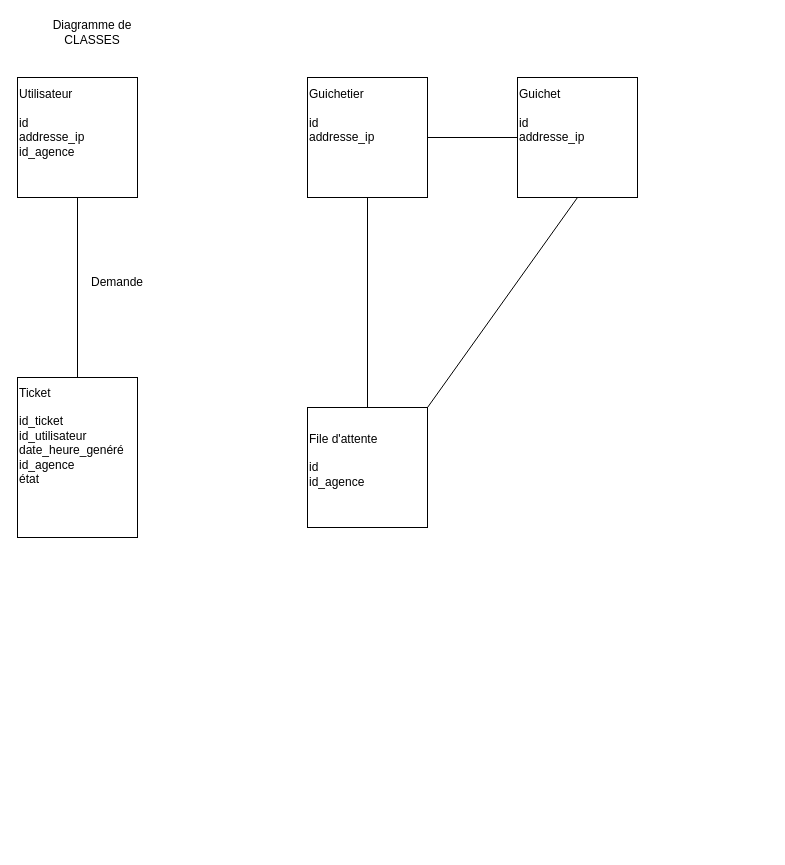
This is page "Class" (3 of 7) of diagrams/Diagramme.drawio from rryyyymmmmmmmm/e-tickets_takaoudi, a draw.io file, before an edit. Source tidied: cells renumbered, new cells numbered last; positions are measured from the earlier drawing's top-left corner, leaving out a move shared by most shapes. Both pictures are drawn from the tidied source at 100%, with x=0, y=0 at pixel (17, 17).
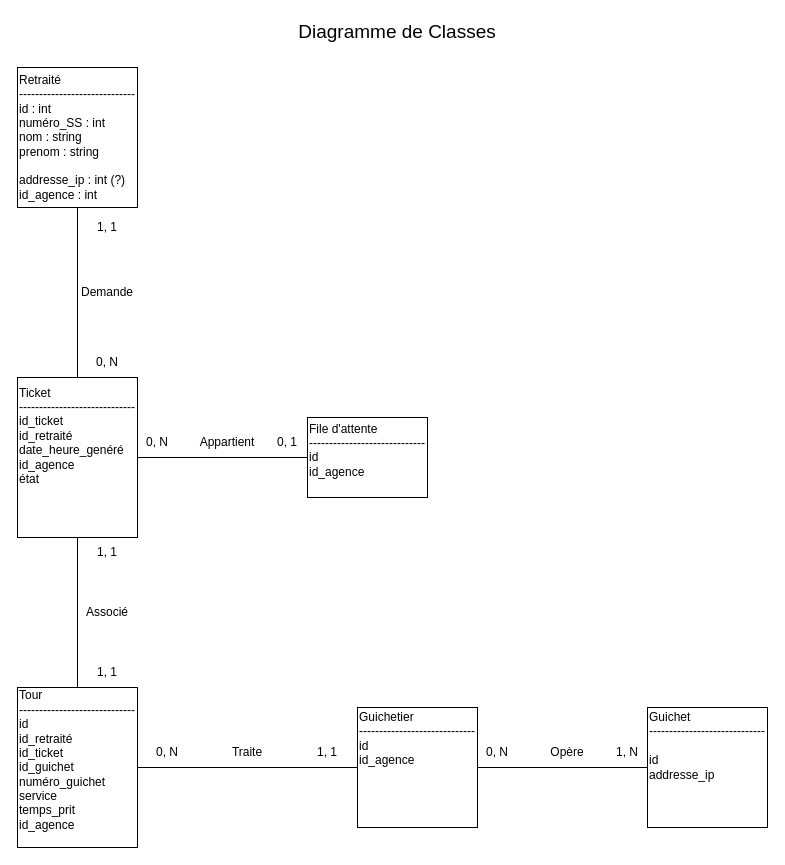
After the change.

Diff of the diagram source:
```diff
@@
-    <mxCell id="2" value="Diagramme de CLASSES" style="text;html=1;whiteSpace=wrap;strokeColor=none;fillColor=none;align=center;verticalAlign=middle;rounded=0;" parent="1" vertex="1">
-      <mxGeometry x="10" width="130" height="30" as="geometry" />
+    <mxCell id="2" value="Diagramme de Classes" style="text;html=1;whiteSpace=wrap;strokeColor=none;fillColor=none;align=center;verticalAlign=middle;rounded=0;fontSize=19;" parent="1" vertex="1">
+      <mxGeometry x="230" width="300" height="30" as="geometry" />
     </mxCell>
-    <mxCell id="3" value="Utilisateur&lt;div&gt;&lt;br&gt;&lt;/div&gt;&lt;div&gt;id&lt;/div&gt;&lt;div&gt;addresse_ip&lt;/div&gt;&lt;div&gt;id_agence&lt;/div&gt;&lt;div&gt;&lt;div&gt;&lt;br&gt;&lt;/div&gt;&lt;div&gt;&lt;br&gt;&lt;/div&gt;&lt;/div&gt;" style="rounded=0;whiteSpace=wrap;html=1;align=left;" parent="1" vertex="1">
-      <mxGeometry y="60" width="120" height="120" as="geometry" />
-    </mxCell>
-    <mxCell id="4" value="Guichetier&lt;div&gt;&lt;br&gt;&lt;/div&gt;&lt;div&gt;id&lt;/div&gt;&lt;div&gt;addresse_ip&lt;/div&gt;&lt;div&gt;&lt;br&gt;&lt;/div&gt;&lt;div&gt;&lt;div&gt;&lt;br&gt;&lt;/div&gt;&lt;div&gt;&lt;br&gt;&lt;/div&gt;&lt;/div&gt;" style="rounded=0;whiteSpace=wrap;html=1;align=left;" parent="1" vertex="1">
-      <mxGeometry x="290" y="60" width="120" height="120" as="geometry" />
+    <mxCell id="4" value="Guichetier&lt;div&gt;-----------------------------&lt;/div&gt;&lt;div&gt;id&lt;/div&gt;&lt;div&gt;id_agence&lt;/div&gt;&lt;div&gt;&lt;br&gt;&lt;/div&gt;&lt;div&gt;&lt;br&gt;&lt;/div&gt;&lt;div&gt;&lt;div&gt;&lt;br&gt;&lt;/div&gt;&lt;div&gt;&lt;br&gt;&lt;/div&gt;&lt;/div&gt;" style="rounded=0;whiteSpace=wrap;html=1;align=left;" parent="1" vertex="1">
+      <mxGeometry x="340" y="690" width="120" height="120" as="geometry" />
     </mxCell>
-    <mxCell id="5" value="Guichet&lt;div&gt;&lt;br&gt;&lt;/div&gt;&lt;div&gt;id&lt;/div&gt;&lt;div&gt;addresse_ip&lt;/div&gt;&lt;div&gt;&lt;br&gt;&lt;/div&gt;&lt;div&gt;&lt;div&gt;&lt;br&gt;&lt;/div&gt;&lt;div&gt;&lt;br&gt;&lt;/div&gt;&lt;/div&gt;" style="rounded=0;whiteSpace=wrap;html=1;align=left;" parent="1" vertex="1">
-      <mxGeometry x="500" y="60" width="120" height="120" as="geometry" />
+    <mxCell id="5" value="Guichet&lt;div&gt;-----------------------------&lt;br&gt;&lt;div&gt;&lt;br&gt;&lt;/div&gt;&lt;div&gt;id&lt;/div&gt;&lt;div&gt;addresse_ip&lt;/div&gt;&lt;div&gt;&lt;br&gt;&lt;/div&gt;&lt;div&gt;&lt;div&gt;&lt;br&gt;&lt;/div&gt;&lt;div&gt;&lt;br&gt;&lt;/div&gt;&lt;/div&gt;&lt;/div&gt;" style="rounded=0;whiteSpace=wrap;html=1;align=left;" parent="1" vertex="1">
+      <mxGeometry x="630" y="690" width="120" height="120" as="geometry" />
     </mxCell>
-    <mxCell id="6" value="Ticket&lt;div&gt;&lt;br&gt;&lt;/div&gt;&lt;div&gt;id_ticket&lt;/div&gt;&lt;div&gt;id_utilisateur&lt;/div&gt;&lt;div&gt;date_heure_genéré&lt;/div&gt;&lt;div&gt;id_agence&lt;/div&gt;&lt;div&gt;état&lt;/div&gt;&lt;div&gt;&lt;br&gt;&lt;/div&gt;&lt;div&gt;&lt;div&gt;&lt;br&gt;&lt;/div&gt;&lt;div&gt;&lt;br&gt;&lt;/div&gt;&lt;/div&gt;" style="rounded=0;whiteSpace=wrap;html=1;align=left;" parent="1" vertex="1">
+    <mxCell id="6" value="Ticket&lt;div&gt;-----------------------------&lt;/div&gt;&lt;div&gt;id_ticket&lt;/div&gt;&lt;div&gt;id_retraité&lt;/div&gt;&lt;div&gt;date_heure_genéré&lt;/div&gt;&lt;div&gt;id_agence&lt;/div&gt;&lt;div&gt;état&lt;/div&gt;&lt;div&gt;&lt;br&gt;&lt;/div&gt;&lt;div&gt;&lt;div&gt;&lt;br&gt;&lt;/div&gt;&lt;div&gt;&lt;br&gt;&lt;/div&gt;&lt;/div&gt;" style="rounded=0;whiteSpace=wrap;html=1;align=left;" parent="1" vertex="1">
       <mxGeometry y="360" width="120" height="160" as="geometry" />
     </mxCell>
-    <mxCell id="7" value="&lt;div&gt;&lt;div&gt;File d'attente&lt;/div&gt;&lt;/div&gt;&lt;div&gt;&lt;br&gt;&lt;/div&gt;&lt;div&gt;id&lt;/div&gt;&lt;div&gt;id_agence&lt;/div&gt;&lt;div&gt;&lt;br&gt;&lt;/div&gt;" style="rounded=0;whiteSpace=wrap;html=1;align=left;" parent="1" vertex="1">
-      <mxGeometry x="290" y="390" width="120" height="120" as="geometry" />
+    <mxCell id="7" value="&lt;div&gt;&lt;div&gt;File d'attente&lt;/div&gt;&lt;/div&gt;&lt;div&gt;-----------------------------&lt;/div&gt;&lt;div&gt;id&lt;/div&gt;&lt;div&gt;id_agence&lt;/div&gt;&lt;div&gt;&lt;br&gt;&lt;/div&gt;" style="rounded=0;whiteSpace=wrap;html=1;align=left;" parent="1" vertex="1">
+      <mxGeometry x="290" y="400" width="120" height="80" as="geometry" />
     </mxCell>
-    <mxCell id="8" style="endArrow=none;html=1;rounded=0;entryX=0.5;entryY=1;entryDx=0;entryDy=0;exitX=0.5;exitY=0;exitDx=0;exitDy=0;" parent="1" edge="1" source="6" target="3">
+    <mxCell id="8" style="endArrow=none;html=1;rounded=0;entryX=0.5;entryY=1;entryDx=0;entryDy=0;exitX=0.5;exitY=0;exitDx=0;exitDy=0;" parent="1" edge="1" source="6" target="13">
       <mxGeometry relative="1" as="geometry" />
     </mxCell>
     <mxCell id="9" value="Demande" style="text;html=1;whiteSpace=wrap;strokeColor=none;fillColor=none;align=center;verticalAlign=middle;rounded=0;" parent="1" vertex="1">
-      <mxGeometry x="70" y="250" width="60" height="30" as="geometry" />
+      <mxGeometry x="60" y="260" width="60" height="30" as="geometry" />
     </mxCell>
-    <mxCell id="10" style="endArrow=none;html=1;rounded=0;exitX=0.5;exitY=0;exitDx=0;exitDy=0;entryX=0.5;entryY=1;entryDx=0;entryDy=0;" parent="1" edge="1" source="7" target="4">
-      <mxGeometry relative="1" as="geometry" />
-    </mxCell>
-    <mxCell id="11" style="endArrow=none;html=1;rounded=0;entryX=0.5;entryY=1;entryDx=0;entryDy=0;exitX=1;exitY=0;exitDx=0;exitDy=0;" parent="1" edge="1" source="7" target="5">
-      <mxGeometry relative="1" as="geometry" />
-    </mxCell>
@@
+    <mxCell id="13" value="&lt;div style=&quot;&quot;&gt;&lt;span style=&quot;background-color: transparent; color: light-dark(rgb(0, 0, 0), rgb(255, 255, 255));&quot;&gt;Retraité&lt;/span&gt;&lt;/div&gt;&lt;div style=&quot;&quot;&gt;-----------------------------&lt;/div&gt;&lt;div style=&quot;&quot;&gt;id : int&lt;/div&gt;&lt;div style=&quot;&quot;&gt;numéro_SS : int&lt;/div&gt;&lt;div style=&quot;&quot;&gt;nom : string&lt;/div&gt;&lt;div style=&quot;&quot;&gt;prenom : string&lt;/div&gt;&lt;div style=&quot;&quot;&gt;&lt;br&gt;&lt;/div&gt;&lt;div style=&quot;&quot;&gt;addresse_ip : int (?)&lt;/div&gt;&lt;div style=&quot;&quot;&gt;id_agence : int&lt;/div&gt;" style="rounded=0;whiteSpace=wrap;html=1;align=left;" parent="1" vertex="1">
+      <mxGeometry y="50" width="120" height="140" as="geometry" />
+    </mxCell>
+    <mxCell id="14" value="0, N" style="text;html=1;whiteSpace=wrap;strokeColor=none;fillColor=none;align=center;verticalAlign=middle;rounded=0;" parent="1" vertex="1">
+      <mxGeometry x="60" y="330" width="60" height="30" as="geometry" />
+    </mxCell>
+    <mxCell id="15" value="1, 1" style="text;html=1;whiteSpace=wrap;strokeColor=none;fillColor=none;align=center;verticalAlign=middle;rounded=0;" parent="1" vertex="1">
+      <mxGeometry x="60" y="195" width="60" height="30" as="geometry" />
+    </mxCell>
+    <mxCell id="16" style="endArrow=none;html=1;rounded=0;exitX=1;exitY=0.5;exitDx=0;exitDy=0;entryX=0;entryY=0.5;entryDx=0;entryDy=0;" parent="1" edge="1" source="6" target="7">
+      <mxGeometry relative="1" as="geometry" />
+    </mxCell>
+    <mxCell id="17" value="Appartient" style="text;html=1;whiteSpace=wrap;strokeColor=none;fillColor=none;align=center;verticalAlign=middle;rounded=0;" parent="1" vertex="1">
+      <mxGeometry x="180" y="410" width="60" height="30" as="geometry" />
+    </mxCell>
+    <mxCell id="18" value="0, 1" style="text;html=1;whiteSpace=wrap;strokeColor=none;fillColor=none;align=center;verticalAlign=middle;rounded=0;" parent="1" vertex="1">
+      <mxGeometry x="250" y="415" width="40" height="20" as="geometry" />
+    </mxCell>
+    <mxCell id="19" value="0, N" style="text;html=1;whiteSpace=wrap;strokeColor=none;fillColor=none;align=center;verticalAlign=middle;rounded=0;" parent="1" vertex="1">
+      <mxGeometry x="120" y="415" width="40" height="20" as="geometry" />
+    </mxCell>
+    <mxCell id="20" value="&lt;div&gt;&lt;div&gt;Tour&lt;/div&gt;&lt;/div&gt;&lt;div&gt;-----------------------------&lt;/div&gt;&lt;div&gt;id&lt;/div&gt;&lt;div&gt;id_retraité&lt;/div&gt;&lt;div&gt;id_ticket&lt;/div&gt;&lt;div&gt;id_guichet&lt;/div&gt;&lt;div&gt;numéro_guichet&lt;/div&gt;&lt;div&gt;service&lt;/div&gt;&lt;div&gt;temps_prit&lt;/div&gt;&lt;div&gt;id_agence&lt;/div&gt;&lt;div&gt;&lt;br&gt;&lt;/div&gt;" style="rounded=0;whiteSpace=wrap;html=1;align=left;" parent="1" vertex="1">
+      <mxGeometry y="670" width="120" height="160" as="geometry" />
+    </mxCell>
+    <mxCell id="21" style="endArrow=none;html=1;rounded=0;entryX=0.5;entryY=1;entryDx=0;entryDy=0;exitX=0.5;exitY=0;exitDx=0;exitDy=0;" parent="1" edge="1" source="20" target="6">
+      <mxGeometry relative="1" as="geometry" />
+    </mxCell>
+    <mxCell id="22" value="Associé" style="text;html=1;whiteSpace=wrap;strokeColor=none;fillColor=none;align=center;verticalAlign=middle;rounded=0;" parent="1" vertex="1">
+      <mxGeometry x="60" y="580" width="60" height="30" as="geometry" />
+    </mxCell>
+    <mxCell id="23" value="1, 1" style="text;html=1;whiteSpace=wrap;strokeColor=none;fillColor=none;align=center;verticalAlign=middle;rounded=0;" parent="1" vertex="1">
+      <mxGeometry x="60" y="520" width="60" height="30" as="geometry" />
+    </mxCell>
+    <mxCell id="24" value="1, 1" style="text;html=1;whiteSpace=wrap;strokeColor=none;fillColor=none;align=center;verticalAlign=middle;rounded=0;" parent="1" vertex="1">
+      <mxGeometry x="60" y="640" width="60" height="30" as="geometry" />
+    </mxCell>
+    <mxCell id="25" style="endArrow=none;html=1;rounded=0;exitX=1;exitY=0.5;exitDx=0;exitDy=0;entryX=0;entryY=0.5;entryDx=0;entryDy=0;" parent="1" edge="1" source="20" target="4">
+      <mxGeometry relative="1" as="geometry" />
+    </mxCell>
+    <mxCell id="26" value="Traite" style="text;html=1;whiteSpace=wrap;strokeColor=none;fillColor=none;align=center;verticalAlign=middle;rounded=0;" parent="1" vertex="1">
+      <mxGeometry x="200" y="720" width="60" height="30" as="geometry" />
+    </mxCell>
+    <mxCell id="27" value="0, N" style="text;html=1;whiteSpace=wrap;strokeColor=none;fillColor=none;align=center;verticalAlign=middle;rounded=0;" parent="1" vertex="1">
+      <mxGeometry x="120" y="720" width="60" height="30" as="geometry" />
+    </mxCell>
+    <mxCell id="28" value="1, 1" style="text;html=1;whiteSpace=wrap;strokeColor=none;fillColor=none;align=center;verticalAlign=middle;rounded=0;" parent="1" vertex="1">
+      <mxGeometry x="280" y="720" width="60" height="30" as="geometry" />
+    </mxCell>
+    <mxCell id="29" value="Opère" style="text;html=1;whiteSpace=wrap;strokeColor=none;fillColor=none;align=center;verticalAlign=middle;rounded=0;" parent="1" vertex="1">
+      <mxGeometry x="520" y="720" width="60" height="30" as="geometry" />
+    </mxCell>
+    <mxCell id="30" value="1, N" style="text;html=1;whiteSpace=wrap;strokeColor=none;fillColor=none;align=center;verticalAlign=middle;rounded=0;" parent="1" vertex="1">
+      <mxGeometry x="580" y="720" width="60" height="30" as="geometry" />
+    </mxCell>
+    <mxCell id="31" value="0, N" style="text;html=1;whiteSpace=wrap;strokeColor=none;fillColor=none;align=center;verticalAlign=middle;rounded=0;" parent="1" vertex="1">
+      <mxGeometry x="450" y="720" width="60" height="30" as="geometry" />
+    </mxCell>
```
